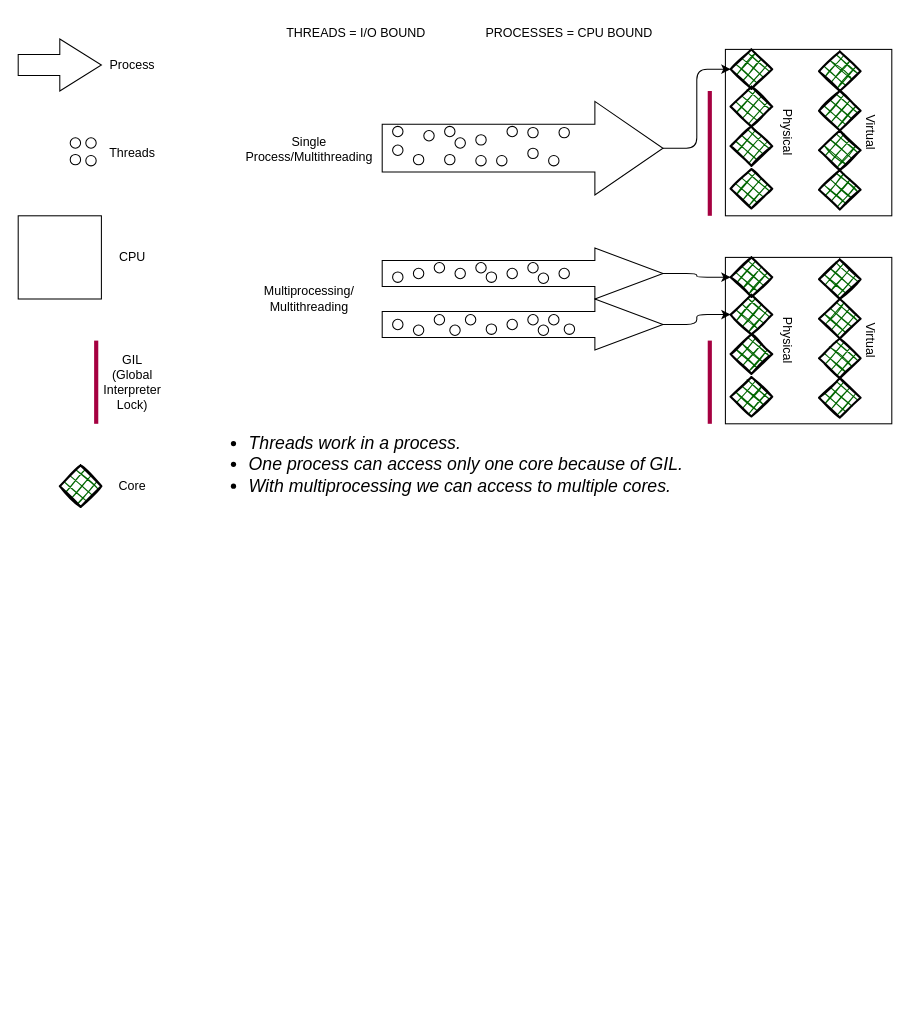
alicemkyn/python_2024 keeps this draw.io diagram as Threading&Multiprocessing/difference.drawio. Above is the earlier version. Source tidied: cells renumbered, new cells numbered last; positions are measured from the earlier drawing's top-left corner, leaving out a move shared by most shapes. Both pictures are drawn from the tidied source at 104%, with x=0, y=0 at pixel (18, 18).
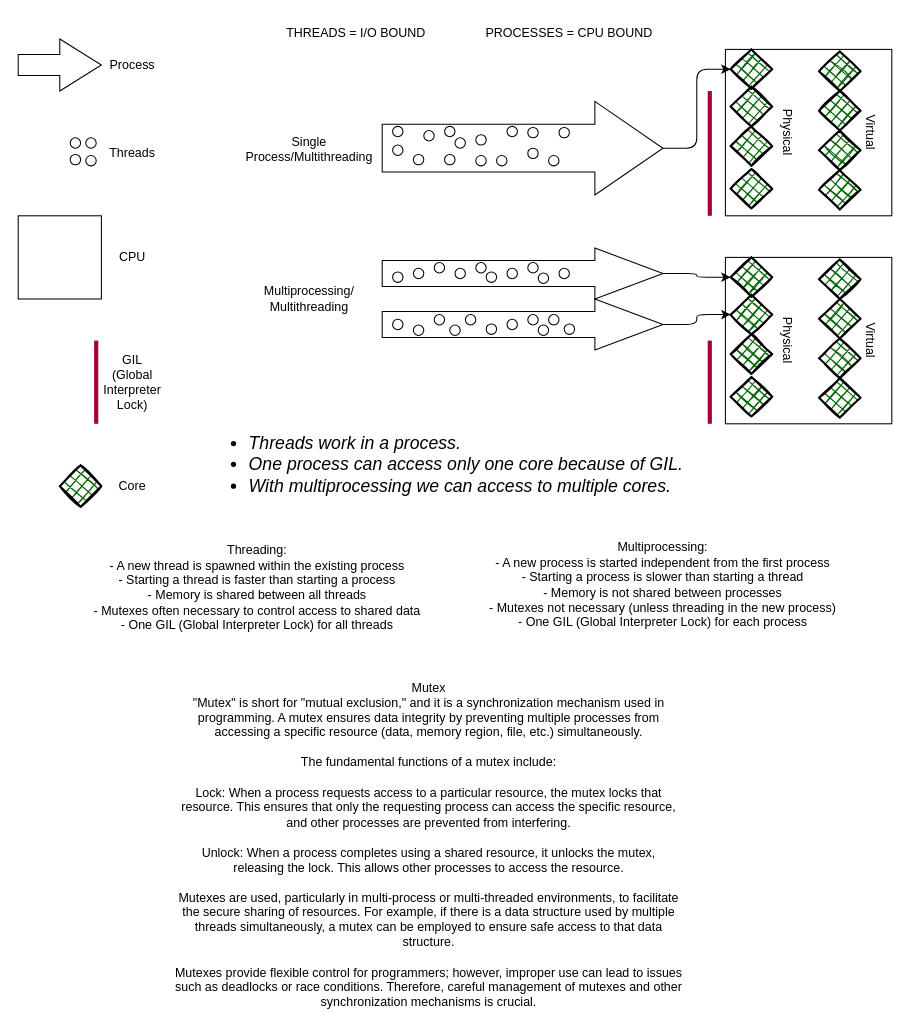
The same page after the edit.

Commit message:
modified:Threading&Multiprocessing/difference.drawio

Diff of the diagram source:
```diff
@@
+    <mxCell id="86" value="&lt;div&gt;Threading:&lt;/div&gt;&lt;div&gt;- A new thread is spawned within the existing process&lt;/div&gt;&lt;div&gt;- Starting a thread is faster than starting a process&lt;/div&gt;&lt;div&gt;- Memory is shared between all threads&lt;/div&gt;&lt;div&gt;- Mutexes often necessary to control access to shared data&lt;/div&gt;&lt;div&gt;- One GIL (Global Interpreter Lock) for all threads&lt;/div&gt;&lt;div&gt;&lt;br&gt;&lt;/div&gt;" style="text;strokeColor=none;align=center;fillColor=none;html=1;verticalAlign=middle;whiteSpace=wrap;rounded=0;" parent="1" vertex="1">
+      <mxGeometry x="30" y="540" width="400" height="30" as="geometry" />
+    </mxCell>
+    <mxCell id="87" value="Multiprocessing:&#10;- A new process is started independent from the first process&#10;- Starting a process is slower than starting a thread&#10;- Memory is not shared between processes&#10;- Mutexes not necessary (unless threading in the new process)&#10;- One GIL (Global Interpreter Lock) for each process" style="text;strokeColor=none;align=center;fillColor=none;html=1;verticalAlign=middle;whiteSpace=wrap;rounded=0;" parent="1" vertex="1">
+      <mxGeometry x="450" y="530" width="340" height="30" as="geometry" />
+    </mxCell>
+    <mxCell id="88" value="&lt;div&gt;Mutex&lt;/div&gt;&lt;div&gt;&quot;Mutex&quot; is short for &quot;mutual exclusion,&quot; and it is a synchronization mechanism used in programming. A mutex ensures data integrity by preventing multiple processes from accessing a specific resource (data, memory region, file, etc.) simultaneously.&lt;/div&gt;&lt;div&gt;&lt;br&gt;&lt;/div&gt;&lt;div&gt;The fundamental functions of a mutex include:&lt;/div&gt;&lt;div&gt;&lt;br&gt;&lt;/div&gt;&lt;div&gt;Lock: When a process requests access to a particular resource, the mutex locks that resource. This ensures that only the requesting process can access the specific resource, and other processes are prevented from interfering.&lt;/div&gt;&lt;div&gt;&lt;br&gt;&lt;/div&gt;&lt;div&gt;Unlock: When a process completes using a shared resource, it unlocks the mutex, releasing the lock. This allows other processes to access the resource.&lt;/div&gt;&lt;div&gt;&lt;br&gt;&lt;/div&gt;&lt;div&gt;Mutexes are used, particularly in multi-process or multi-threaded environments, to facilitate the secure sharing of resources. For example, if there is a data structure used by multiple threads simultaneously, a mutex can be employed to ensure safe access to that data structure.&lt;/div&gt;&lt;div&gt;&lt;br&gt;&lt;/div&gt;&lt;div&gt;Mutexes provide flexible control for programmers; however, improper use can lead to issues such as deadlocks or race conditions. Therefore, careful management of mutexes and other synchronization mechanisms is crucial.&lt;/div&gt;" style="text;strokeColor=none;align=center;fillColor=none;html=1;verticalAlign=middle;whiteSpace=wrap;rounded=0;" parent="1" vertex="1">
+      <mxGeometry x="150" y="780" width="490" height="30" as="geometry" />
+    </mxCell>
```
